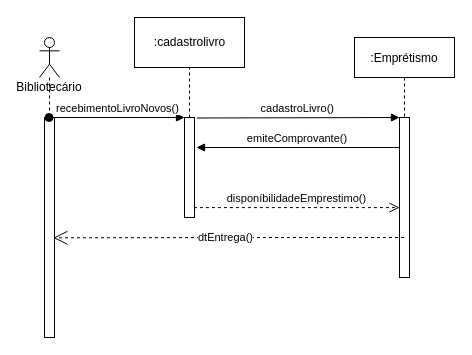
The draw.io diagram AnaliseSistemasII/bibliotecaestudo.drawio in owlprog-glitch/spiritpro, before the edit. Source tidied: cells renumbered, new cells numbered last; positions are measured from the earlier drawing's top-left corner, leaving out a move shared by most shapes. Both pictures are drawn from the tidied source at 100%, with x=0, y=0 at pixel (39, 17).
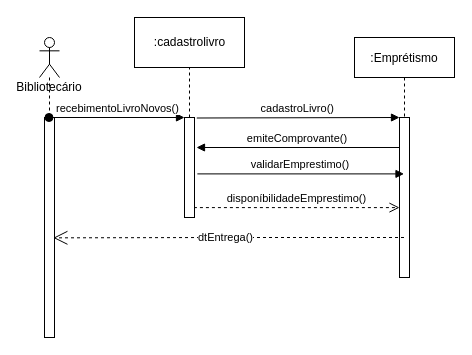
The same diagram, later.

Diff of the diagram source:
```diff
@@
 <mxGraphModel>
   <root>
     <mxCell id="0" />
     <mxCell id="1" parent="0" />
     <mxCell id="2" value=":Emprétismo" style="shape=umlLifeline;perimeter=lifelinePerimeter;rounded=0;shadow=0;strokeWidth=1;" parent="1" vertex="1">
       <mxGeometry x="315" y="20" width="100" height="240" as="geometry" />
     </mxCell>
     <mxCell id="3" style="points=[];perimeter=orthogonalPerimeter;rounded=0;shadow=0;strokeWidth=1;" parent="2" vertex="1">
       <mxGeometry x="45" y="80" width="10" height="160" as="geometry" />
     </mxCell>
     <mxCell id="4" value="cadastroLivro()" style="verticalAlign=bottom;endArrow=block;entryX=0;entryY=0;shadow=0;strokeWidth=1;exitX=1.229;exitY=0.005;exitDx=0;exitDy=0;exitPerimeter=0;" parent="1" edge="1" source="9" target="3">
       <mxGeometry relative="1" as="geometry" />
     </mxCell>
     <mxCell id="5" value="emiteComprovante()" style="verticalAlign=bottom;endArrow=block;shadow=0;strokeWidth=1;" parent="1" edge="1" source="3">
       <mxGeometry relative="1" as="geometry">
         <mxPoint x="157" y="130" as="targetPoint" />
       </mxGeometry>
     </mxCell>
     <mxCell id="6" value="disponíbilidadeEmprestimo()" style="verticalAlign=bottom;endArrow=open;dashed=1;endSize=8;shadow=0;strokeWidth=1;exitX=0.943;exitY=0.901;exitDx=0;exitDy=0;exitPerimeter=0;" parent="1" edge="1" source="9" target="3">
       <mxGeometry relative="1" as="geometry" />
     </mxCell>
     <mxCell id="7" style="html=1;points=[];perimeter=orthogonalPerimeter;" parent="1" vertex="1">
       <mxGeometry x="5" y="100" width="10" height="220" as="geometry" />
     </mxCell>
     <mxCell id="8" value="Bibliotecário" style="shape=umlLifeline;participant=umlActor;perimeter=lifelinePerimeter;whiteSpace=wrap;html=1;verticalAlign=top;spacingTop=36;outlineConnect=0;" parent="1" vertex="1">
       <mxGeometry y="20" width="20" height="80" as="geometry" />
     </mxCell>
     <mxCell id="9" style="html=1;points=[];perimeter=orthogonalPerimeter;" parent="1" vertex="1">
       <mxGeometry x="145" y="100" width="10" height="100" as="geometry" />
     </mxCell>
     <mxCell id="10" value="recebimentoLivroNovos()" style="html=1;verticalAlign=bottom;startArrow=oval;endArrow=block;startSize=8;" parent="1" edge="1" source="8" target="9">
       <mxGeometry relative="1" as="geometry" />
     </mxCell>
     <mxCell id="11" value=":cadastrolivro" style="html=1;" parent="1" vertex="1">
       <mxGeometry x="95" width="110" height="50" as="geometry" />
     </mxCell>
     <mxCell id="12" style="endArrow=none;dashed=1;html=1;entryX=0.5;entryY=1;entryDx=0;entryDy=0;" parent="1" edge="1" source="9" target="11">
       <mxGeometry relative="1" as="geometry" />
     </mxCell>
     <mxCell id="13" value="dtEntrega()" style="endArrow=open;endSize=12;dashed=1;html=1;entryX=0.886;entryY=0.547;entryDx=0;entryDy=0;entryPerimeter=0;" parent="1" edge="1" source="2" target="7">
       <mxGeometry x="0.02" relative="1" as="geometry">
         <Array as="points">
           <mxPoint x="185" y="220" />
         </Array>
       </mxGeometry>
     </mxCell>
+    <mxCell id="14" value="validarEmprestimo()" style="verticalAlign=bottom;endArrow=block;shadow=0;strokeWidth=1;exitX=1.286;exitY=0.564;exitDx=0;exitDy=0;exitPerimeter=0;" parent="1" edge="1" source="9" target="2">
+      <mxGeometry relative="1" as="geometry" />
+    </mxCell>
   </root>
 </mxGraphModel>
```
